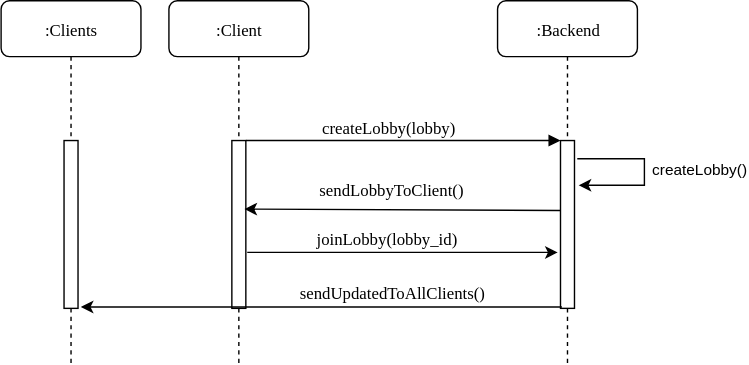
Earlier version of the draw.io export docs/img/sequence_diagram/create_lobby.svg (cardholder/docs). Source tidied: cells renumbered, new cells last; positions are measured from the earlier drawing's top-left corner, leaving out a move shared by most shapes. Its diagram source:
```xml
<mxGraphModel background="#ffffff">
  <root>
    <mxCell id="0" />
    <mxCell id="1" parent="0" />
    <mxCell id="2" value=":Backend" style="shape=umlLifeline;perimeter=lifelinePerimeter;whiteSpace=wrap;html=1;rounded=1;shadow=0;comic=0;labelBackgroundColor=none;strokeColor=#000000;strokeWidth=1;fillColor=#FFFFFF;fontFamily=Verdana;fontSize=12;fontColor=#000000;align=center;" parent="1" vertex="1">
      <mxGeometry x="355" width="100" height="260" as="geometry" />
    </mxCell>
    <mxCell id="3" style="html=1;points=[];perimeter=orthogonalPerimeter;rounded=0;shadow=0;comic=0;labelBackgroundColor=none;strokeColor=#000000;strokeWidth=1;fillColor=#FFFFFF;fontFamily=Verdana;fontSize=12;fontColor=#000000;align=center;" parent="2" vertex="1">
      <mxGeometry x="45" y="100" width="10" height="120" as="geometry" />
    </mxCell>
    <mxCell id="4" value="createLobby()" style="endArrow=classic;html=1;exitX=1.2;exitY=0.108;exitDx=0;exitDy=0;exitPerimeter=0;entryX=1.3;entryY=0.265;entryDx=0;entryDy=0;entryPerimeter=0;rounded=0;" parent="2" edge="1" source="3" target="3">
      <mxGeometry x="-0.16" y="-41" relative="1" as="geometry">
        <Array as="points">
          <mxPoint x="105" y="113" />
          <mxPoint x="105" y="132" />
        </Array>
        <mxPoint x="81" y="7" as="offset" />
      </mxGeometry>
    </mxCell>
    <mxCell id="5" value=":Client" style="shape=umlLifeline;perimeter=lifelinePerimeter;whiteSpace=wrap;html=1;rounded=1;shadow=0;comic=0;labelBackgroundColor=none;strokeColor=#000000;strokeWidth=1;fillColor=#FFFFFF;fontFamily=Verdana;fontSize=12;fontColor=#000000;align=center;" parent="1" vertex="1">
      <mxGeometry x="120" width="100" height="260" as="geometry" />
    </mxCell>
    <mxCell id="6" style="html=1;points=[];perimeter=orthogonalPerimeter;rounded=0;shadow=0;comic=0;labelBackgroundColor=none;strokeColor=#000000;strokeWidth=1;fillColor=#FFFFFF;fontFamily=Verdana;fontSize=12;fontColor=#000000;align=center;" parent="5" vertex="1">
      <mxGeometry x="45" y="100" width="10" height="120" as="geometry" />
    </mxCell>
    <mxCell id="7" value="createLobby(lobby)" style="html=1;verticalAlign=bottom;endArrow=block;entryX=0;entryY=0;labelBackgroundColor=none;fontFamily=Verdana;fontSize=12;edgeStyle=elbowEdgeStyle;elbow=vertical;" parent="1" edge="1" source="6" target="3">
      <mxGeometry relative="1" as="geometry" />
    </mxCell>
    <mxCell id="8" value="&lt;font face=&quot;Verdana&quot; style=&quot;font-size: 12px&quot;&gt;sendLobbyToClient()&lt;/font&gt;" style="endArrow=classic;html=1;entryX=0.91;entryY=0.411;entryDx=0;entryDy=0;entryPerimeter=0;exitX=-0.019;exitY=0.419;exitDx=0;exitDy=0;exitPerimeter=0;" parent="1" edge="1" source="3" target="6">
      <mxGeometry x="-0.01" y="-14" relative="1" as="geometry" />
    </mxCell>
    <mxCell id="9" value="&lt;font style=&quot;font-size: 12px&quot; face=&quot;Verdana&quot;&gt;joinLobby(lobby_id)&lt;/font&gt;" style="endArrow=classic;html=1;entryX=-0.21;entryY=0.665;entryDx=0;entryDy=0;entryPerimeter=0;" parent="1" edge="1" target="3">
      <mxGeometry x="-0.01" y="10" relative="1" as="geometry">
        <mxPoint x="176" y="180" as="sourcePoint" />
      </mxGeometry>
    </mxCell>
    <mxCell id="10" value=":Clients" style="shape=umlLifeline;perimeter=lifelinePerimeter;whiteSpace=wrap;html=1;rounded=1;shadow=0;comic=0;labelBackgroundColor=none;strokeColor=#000000;strokeWidth=1;fillColor=#FFFFFF;fontFamily=Verdana;fontSize=12;fontColor=#000000;align=center;" parent="1" vertex="1">
      <mxGeometry width="100" height="260" as="geometry" />
    </mxCell>
    <mxCell id="11" style="html=1;points=[];perimeter=orthogonalPerimeter;rounded=0;shadow=0;comic=0;labelBackgroundColor=none;strokeColor=#000000;strokeWidth=1;fillColor=#FFFFFF;fontFamily=Verdana;fontSize=12;fontColor=#000000;align=center;" parent="10" vertex="1">
      <mxGeometry x="45" y="100" width="10" height="120" as="geometry" />
    </mxCell>
    <mxCell id="12" style="endArrow=classic;html=1;exitX=0.1;exitY=0.992;exitDx=0;exitDy=0;exitPerimeter=0;entryX=1.2;entryY=0.992;entryDx=0;entryDy=0;entryPerimeter=0;" parent="1" edge="1" source="3" target="11">
      <mxGeometry relative="1" as="geometry" />
    </mxCell>
    <mxCell id="13" value="&lt;font face=&quot;Verdana&quot;&gt;sendUpdatedToAllClients()&lt;/font&gt;" style="text;html=1;align=center;verticalAlign=middle;labelBackgroundColor=#ffffff;" parent="12" vertex="1">
      <mxGeometry x="-0.31" relative="1" as="geometry">
        <mxPoint x="9" y="-10.5" as="offset" />
      </mxGeometry>
    </mxCell>
  </root>
</mxGraphModel>
```
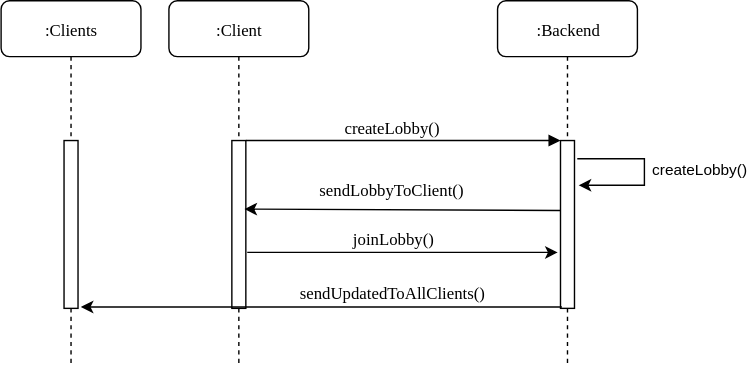
Later version of the same file.

Change to the diagram source:
```diff
@@ -23,13 +23,13 @@
     <mxCell id="6" style="html=1;points=[];perimeter=orthogonalPerimeter;rounded=0;shadow=0;comic=0;labelBackgroundColor=none;strokeColor=#000000;strokeWidth=1;fillColor=#FFFFFF;fontFamily=Verdana;fontSize=12;fontColor=#000000;align=center;" parent="5" vertex="1">
       <mxGeometry x="45" y="100" width="10" height="120" as="geometry" />
     </mxCell>
-    <mxCell id="7" value="createLobby(lobby)" style="html=1;verticalAlign=bottom;endArrow=block;entryX=0;entryY=0;labelBackgroundColor=none;fontFamily=Verdana;fontSize=12;edgeStyle=elbowEdgeStyle;elbow=vertical;" parent="1" edge="1" source="6" target="3">
+    <mxCell id="7" value="createLobby()" style="html=1;verticalAlign=bottom;endArrow=block;entryX=0;entryY=0;labelBackgroundColor=none;fontFamily=Verdana;fontSize=12;edgeStyle=elbowEdgeStyle;elbow=vertical;" parent="1" edge="1" source="6" target="3">
       <mxGeometry relative="1" as="geometry" />
     </mxCell>
     <mxCell id="8" value="&lt;font face=&quot;Verdana&quot; style=&quot;font-size: 12px&quot;&gt;sendLobbyToClient()&lt;/font&gt;" style="endArrow=classic;html=1;entryX=0.91;entryY=0.411;entryDx=0;entryDy=0;entryPerimeter=0;exitX=-0.019;exitY=0.419;exitDx=0;exitDy=0;exitPerimeter=0;" parent="1" edge="1" source="3" target="6">
       <mxGeometry x="-0.01" y="-14" relative="1" as="geometry" />
     </mxCell>
-    <mxCell id="9" value="&lt;font style=&quot;font-size: 12px&quot; face=&quot;Verdana&quot;&gt;joinLobby(lobby_id)&lt;/font&gt;" style="endArrow=classic;html=1;entryX=-0.21;entryY=0.665;entryDx=0;entryDy=0;entryPerimeter=0;" parent="1" edge="1" target="3">
+    <mxCell id="9" value="&lt;font style=&quot;font-size: 12px&quot; face=&quot;Verdana&quot;&gt;joinLobby()&lt;/font&gt;" style="endArrow=classic;html=1;entryX=-0.21;entryY=0.665;entryDx=0;entryDy=0;entryPerimeter=0;" parent="1" edge="1" target="3">
       <mxGeometry x="-0.01" y="10" relative="1" as="geometry">
         <mxPoint x="176" y="180" as="sourcePoint" />
       </mxGeometry>
```
